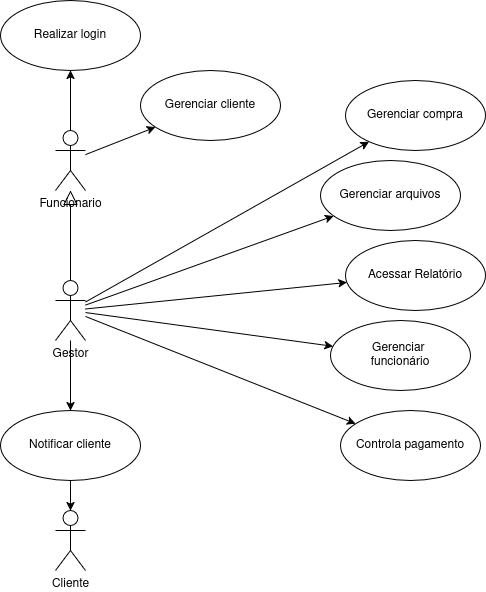
Earlier version of the draw.io export Artefatos/Modelagem/Diagrama de Casos de Uso.drawio.png (marcosffp/hortifruti). Source tidied: cells renumbered, new cells last; positions are measured from the earlier drawing's top-left corner, leaving out a move shared by most shapes.
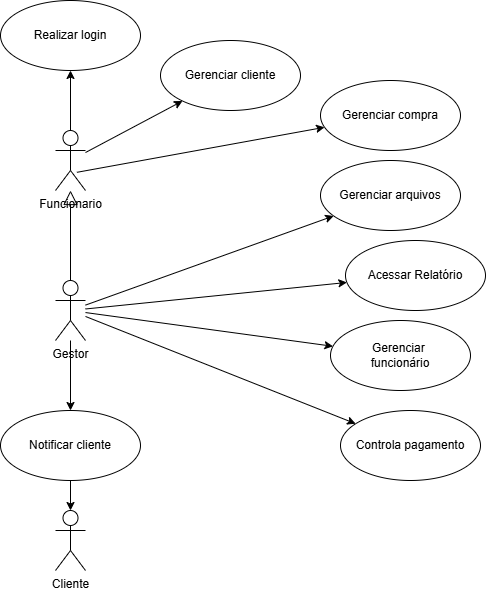
The same diagram one commit later.

Commit message:
atualizando casos de uso + upload de pdf

Change to the diagram source:
```diff
@@ -23,7 +23,7 @@
     <mxCell id="8" style="edgeStyle=none;html=1;" parent="1" edge="1" source="12" target="17">
       <mxGeometry relative="1" as="geometry" />
     </mxCell>
-    <mxCell id="9" style="edgeStyle=none;html=1;" parent="1" edge="1" source="12" target="18">
+    <mxCell id="9" style="edgeStyle=none;html=1;exitX=0.713;exitY=0.697;exitDx=0;exitDy=0;exitPerimeter=0;" parent="1" edge="1" source="4" target="18">
       <mxGeometry relative="1" as="geometry" />
     </mxCell>
     <mxCell id="10" style="edgeStyle=none;html=1;" parent="1" edge="1" source="12" target="19">
@@ -42,7 +42,7 @@
       <mxGeometry x="330" y="320" width="140" height="70" as="geometry" />
     </mxCell>
     <mxCell id="15" value="Gerenciar cliente" style="ellipse;whiteSpace=wrap;html=1;" parent="1" vertex="1">
-      <mxGeometry x="140" y="70" width="140" height="70" as="geometry" />
+      <mxGeometry x="160" y="40" width="140" height="70" as="geometry" />
     </mxCell>
     <mxCell id="16" value="Gerenciar arquivos" style="ellipse;whiteSpace=wrap;html=1;" parent="1" vertex="1">
       <mxGeometry x="320" y="160" width="140" height="70" as="geometry" />
@@ -51,7 +51,7 @@
       <mxGeometry x="345" y="240" width="140" height="70" as="geometry" />
     </mxCell>
     <mxCell id="18" value="Gerenciar compra" style="ellipse;whiteSpace=wrap;html=1;" parent="1" vertex="1">
-      <mxGeometry x="345" y="80" width="140" height="70" as="geometry" />
+      <mxGeometry x="320" y="80" width="140" height="70" as="geometry" />
     </mxCell>
     <mxCell id="19" value="Controla pagamento" style="ellipse;whiteSpace=wrap;html=1;" parent="1" vertex="1">
       <mxGeometry x="340" y="410" width="140" height="70" as="geometry" />
```
